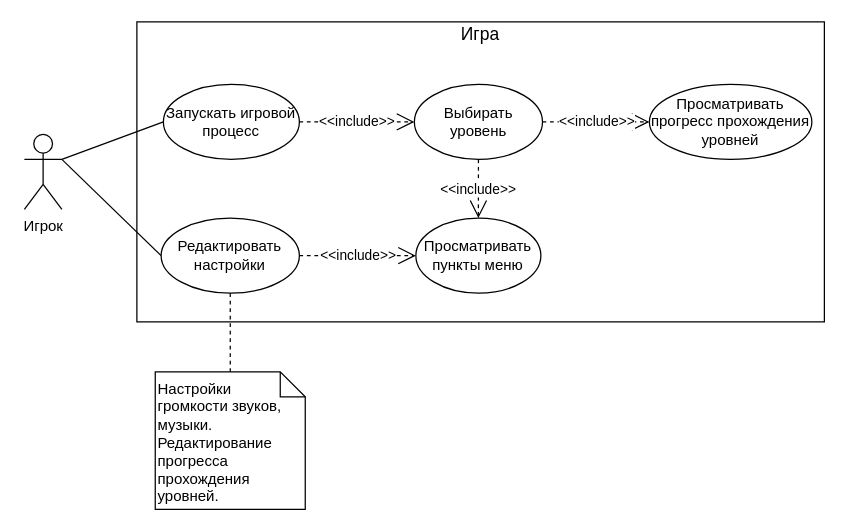
Above: page "main" (1 of 3) of doc/use-case/use-case.drawio in itfray/GameGrinch2D (draw.io), before the change. Source tidied: cells renumbered, new cells numbered last; positions are measured from the earlier drawing's top-left corner, leaving out a move shared by most shapes. Both pictures are drawn from the tidied source at 125%, with x=0, y=0 at pixel (24, 21).
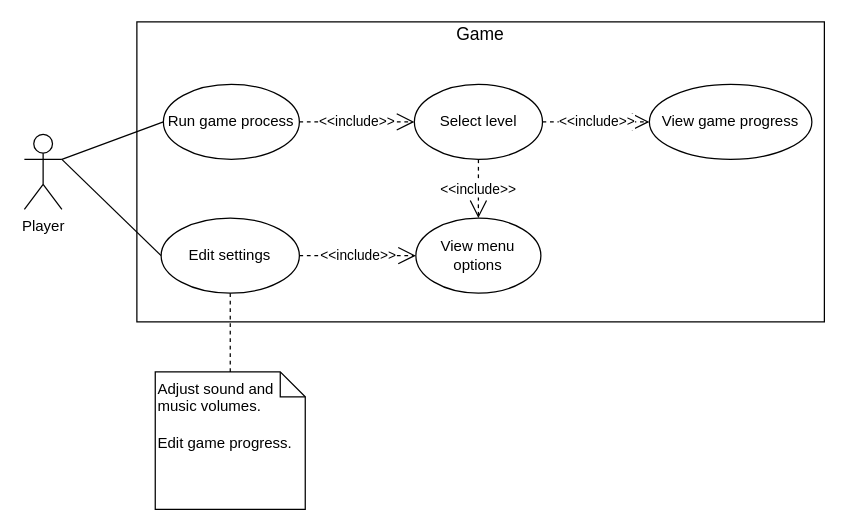
The same diagram, later.

Change to the diagram source:
```diff
@@
 <mxGraphModel>
   <root>
     <mxCell id="0" />
     <mxCell id="1" parent="0" />
-    <mxCell id="2" value="Игрок" style="shape=umlActor;verticalLabelPosition=bottom;verticalAlign=top;html=1;outlineConnect=0;" parent="1" vertex="1">
+    <mxCell id="2" value="Player" style="shape=umlActor;verticalLabelPosition=bottom;verticalAlign=top;html=1;outlineConnect=0;" parent="1" vertex="1">
       <mxGeometry y="90" width="30" height="60" as="geometry" />
     </mxCell>
     <mxCell id="3" style="rounded=0;whiteSpace=wrap;html=1;" parent="1" vertex="1">
       <mxGeometry x="90" width="550" height="240" as="geometry" />
     </mxCell>
-    <mxCell id="4" value="&lt;font style=&quot;font-size: 14px&quot;&gt;Игра&lt;/font&gt;" style="text;html=1;strokeColor=none;fillColor=none;align=center;verticalAlign=middle;whiteSpace=wrap;rounded=0;" parent="1" vertex="1">
+    <mxCell id="4" value="&lt;font style=&quot;font-size: 14px&quot;&gt;Game&lt;/font&gt;" style="text;html=1;strokeColor=none;fillColor=none;align=center;verticalAlign=middle;whiteSpace=wrap;rounded=0;" parent="1" vertex="1">
       <mxGeometry x="345" width="40" height="20" as="geometry" />
     </mxCell>
-    <mxCell id="5" value="Просматривать пункты меню" style="ellipse;whiteSpace=wrap;html=1;" parent="1" vertex="1">
+    <mxCell id="5" value="View menu options" style="ellipse;whiteSpace=wrap;html=1;" parent="1" vertex="1">
       <mxGeometry x="313.2" y="157" width="100" height="60" as="geometry" />
     </mxCell>
-    <mxCell id="6" value="Редактировать настройки" style="ellipse;whiteSpace=wrap;html=1;" parent="1" vertex="1">
+    <mxCell id="6" value="Edit settings" style="ellipse;whiteSpace=wrap;html=1;" parent="1" vertex="1">
       <mxGeometry x="109.4" y="157" width="110.6" height="60" as="geometry" />
     </mxCell>
-    <mxCell id="7" value="Выбирать уровень" style="ellipse;whiteSpace=wrap;html=1;" parent="1" vertex="1">
+    <mxCell id="7" value="Select level" style="ellipse;whiteSpace=wrap;html=1;" parent="1" vertex="1">
       <mxGeometry x="312" y="50" width="102.5" height="60" as="geometry" />
     </mxCell>
     <mxCell id="8" style="endArrow=none;html=1;entryX=0;entryY=0.5;entryDx=0;entryDy=0;exitX=1;exitY=0.3333333333333333;exitDx=0;exitDy=0;exitPerimeter=0;" parent="1" edge="1" source="2" target="6">
       <mxGeometry relative="1" as="geometry" />
     </mxCell>
     <mxCell id="9" value="&amp;lt;&amp;lt;include&amp;gt;&amp;gt;" style="endArrow=open;endSize=12;dashed=1;html=1;entryX=0.5;entryY=0;entryDx=0;entryDy=0;exitX=0.5;exitY=1;exitDx=0;exitDy=0;" parent="1" edge="1" source="7" target="5">
       <mxGeometry relative="1" as="geometry" />
     </mxCell>
     <mxCell id="10" value="&amp;lt;&amp;lt;include&amp;gt;&amp;gt;" style="endArrow=open;endSize=12;dashed=1;html=1;entryX=0;entryY=0.5;entryDx=0;entryDy=0;exitX=1;exitY=0.5;exitDx=0;exitDy=0;" parent="1" edge="1" source="6" target="5">
       <mxGeometry relative="1" as="geometry" />
     </mxCell>
-    <mxCell id="11" value="&lt;span&gt;Запускать игровой процесс&lt;/span&gt;" style="ellipse;whiteSpace=wrap;html=1;" parent="1" vertex="1">
+    <mxCell id="11" value="&lt;span&gt;Run game process&lt;/span&gt;" style="ellipse;whiteSpace=wrap;html=1;" parent="1" vertex="1">
       <mxGeometry x="111.2" y="50" width="108.8" height="60" as="geometry" />
     </mxCell>
     <mxCell id="12" style="endArrow=none;html=1;exitX=1;exitY=0.3333333333333333;exitDx=0;exitDy=0;exitPerimeter=0;entryX=0;entryY=0.5;entryDx=0;entryDy=0;" parent="1" edge="1" source="2" target="11">
       <mxGeometry relative="1" as="geometry" />
     </mxCell>
     <mxCell id="13" value="&amp;lt;&amp;lt;include&amp;gt;&amp;gt;" style="endArrow=open;endSize=12;dashed=1;html=1;entryX=0;entryY=0.5;entryDx=0;entryDy=0;exitX=1;exitY=0.5;exitDx=0;exitDy=0;" parent="1" edge="1" source="11" target="7">
       <mxGeometry relative="1" as="geometry" />
     </mxCell>
     <mxCell id="14" style="endArrow=none;dashed=1;html=1;entryX=0.5;entryY=1;entryDx=0;entryDy=0;exitX=0.5;exitY=0;exitDx=0;exitDy=0;" parent="1" edge="1" source="17" target="6">
       <mxGeometry relative="1" as="geometry" />
     </mxCell>
     <mxCell id="15" style="group;" parent="1" vertex="1">
       <mxGeometry x="104.7" y="280" width="120" height="110" as="geometry" />
     </mxCell>
     <mxCell id="16" style="shape=note;size=20;whiteSpace=wrap;html=1;" parent="15" vertex="1">
       <mxGeometry width="120" height="110" as="geometry" />
     </mxCell>
-    <mxCell id="17" value="Настройки громкости звуков, музыки. Редактирование прогресса прохождения уровней." style="text;html=1;strokeColor=none;fillColor=none;align=left;verticalAlign=top;whiteSpace=wrap;rounded=0;" parent="15" vertex="1">
+    <mxCell id="17" value="Adjust sound and music volumes. &lt;br&gt;&lt;br&gt;Edit game progress." style="text;html=1;strokeColor=none;fillColor=none;align=left;verticalAlign=top;whiteSpace=wrap;rounded=0;" parent="15" vertex="1">
       <mxGeometry width="120" height="110" as="geometry" />
     </mxCell>
-    <mxCell id="18" value="Просматривать прогресс прохождения уровней" style="ellipse;whiteSpace=wrap;html=1;" parent="1" vertex="1">
+    <mxCell id="18" value="View game progress" style="ellipse;whiteSpace=wrap;html=1;" parent="1" vertex="1">
       <mxGeometry x="500" y="50" width="130" height="60" as="geometry" />
     </mxCell>
     <mxCell id="19" value="&amp;lt;&amp;lt;include&amp;gt;&amp;gt;" style="endArrow=open;endSize=12;dashed=1;html=1;entryX=0;entryY=0.5;entryDx=0;entryDy=0;exitX=1;exitY=0.5;exitDx=0;exitDy=0;" parent="1" edge="1" source="7" target="18">
       <mxGeometry relative="1" as="geometry" />
     </mxCell>
   </root>
 </mxGraphModel>
```
